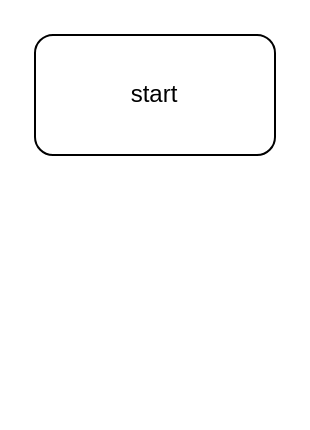
Mike575/drawio keeps this draw.io diagram as til_annotation_flow.drawio. Above is the earlier version. Source tidied: cells renumbered, new cells numbered last; positions are measured from the earlier drawing's top-left corner, leaving out a move shared by most shapes. Both pictures are drawn from the tidied source at 200%, with x=0, y=0 at pixel (34, 34).
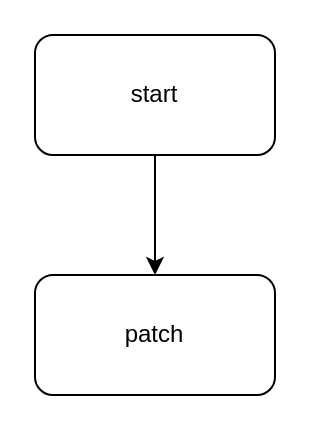
The same diagram, later.

Diff of the diagram source:
```diff
@@
 <mxGraphModel>
   <root>
     <mxCell id="0" />
     <mxCell id="1" parent="0" />
+    <mxCell id="3" style="edgeStyle=orthogonalEdgeStyle;rounded=0;jettySize=auto;html=1;" parent="1" edge="1" source="2" target="4">
+      <mxGeometry relative="1" as="geometry" />
+    </mxCell>
     <mxCell id="2" value="start" style="rounded=1;whiteSpace=wrap;html=1;" parent="1" vertex="1">
       <mxGeometry width="120" height="60" as="geometry" />
     </mxCell>
+    <mxCell id="4" value="patch&lt;br&gt;" style="rounded=1;whiteSpace=wrap;html=1;" parent="1" vertex="1">
+      <mxGeometry y="120" width="120" height="60" as="geometry" />
+    </mxCell>
   </root>
 </mxGraphModel>
```
